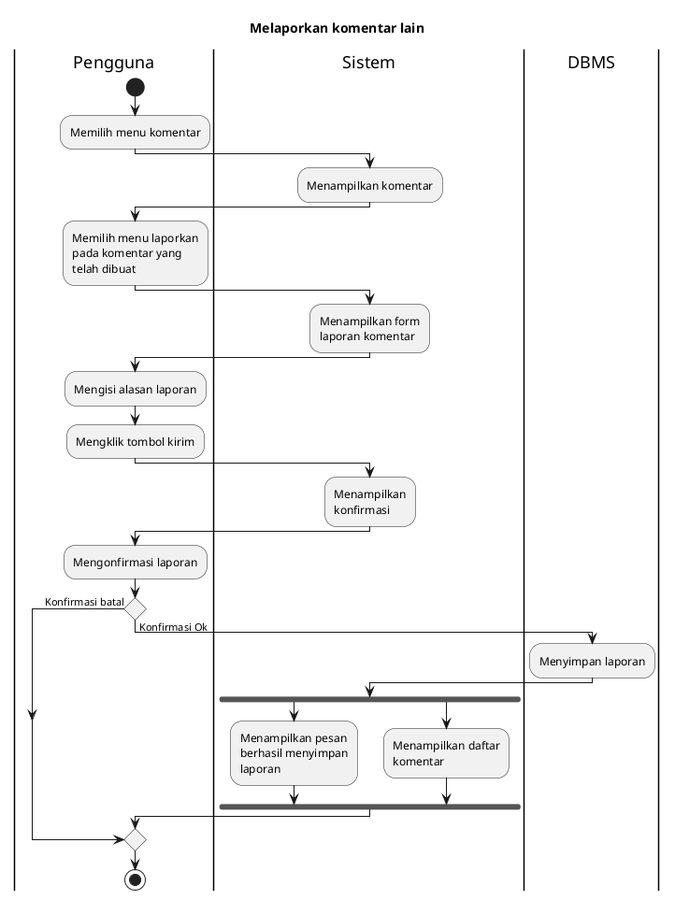
bagusNA/appl-diagrams keeps this PlantUML diagram as export/Activity Diagrams/UC-MAP - Peta Bencana/UC-MAP-015 - Melaporkan komentar lain.png. Above is the earlier version. The source it was exported from:
```plantuml
@startuml
skinparam wrapWidth 140

title Melaporkan komentar lain

|Pengguna|
start
:Memilih menu komentar;

|Sistem|
:Menampilkan komentar;

|Pengguna|
:Memilih menu laporkan pada komentar yang telah dibuat;

|Sistem|
:Menampilkan form laporan komentar;

|Pengguna|
:Mengisi alasan laporan;
:Mengklik tombol kirim;

|Sistem|
:Menampilkan konfirmasi;

|Pengguna|
:Mengonfirmasi laporan;

if () then (Konfirmasi batal)
else (Konfirmasi Ok)
  |DBMS|
  :Menyimpan laporan;

  |Sistem|
  fork
    :Menampilkan pesan berhasil menyimpan laporan;
  fork again
    :Menampilkan daftar komentar;
  endfork
endif

|Pengguna|
stop
@enduml
```
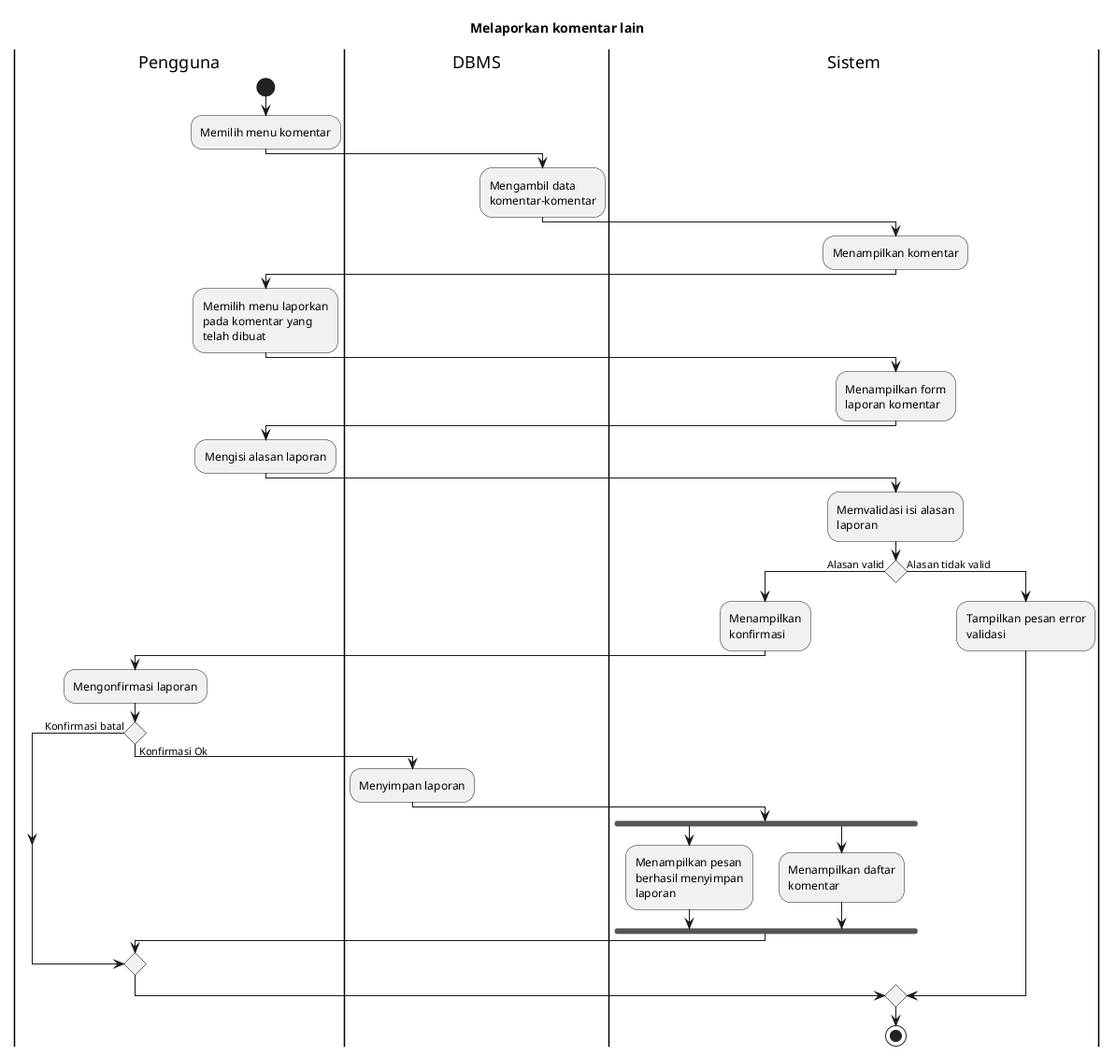
After the change.

Diff of the diagram source:
```diff
@@ -6,6 +6,9 @@
 |Pengguna|
 start
 :Memilih menu komentar;
+
+|DBMS|
+:Mengambil data komentar-komentar;
 
 |Sistem|
 :Menampilkan komentar;
@@ -18,27 +21,32 @@
 
 |Pengguna|
 :Mengisi alasan laporan;
-:Mengklik tombol kirim;
 
 |Sistem|
-:Menampilkan konfirmasi;
+:Memvalidasi isi alasan laporan;
 
-|Pengguna|
-:Mengonfirmasi laporan;
+if () then (Alasan valid)
+  :Menampilkan konfirmasi;
 
-if () then (Konfirmasi batal)
-else (Konfirmasi Ok)
-  |DBMS|
-  :Menyimpan laporan;
+  |Pengguna|
+  :Mengonfirmasi laporan;
 
+  if () then (Konfirmasi batal)
+  else (Konfirmasi Ok)
+    |DBMS|
+    :Menyimpan laporan;
+
+    |Sistem|
+    fork
+      :Menampilkan pesan berhasil menyimpan laporan;
+    fork again
+      :Menampilkan daftar komentar;
+    endfork
+  endif
+else (Alasan tidak valid)
   |Sistem|
-  fork
-    :Menampilkan pesan berhasil menyimpan laporan;
-  fork again
-    :Menampilkan daftar komentar;
-  endfork
+  :Tampilkan pesan error validasi;
 endif
 
-|Pengguna|
 stop
 @enduml
```
